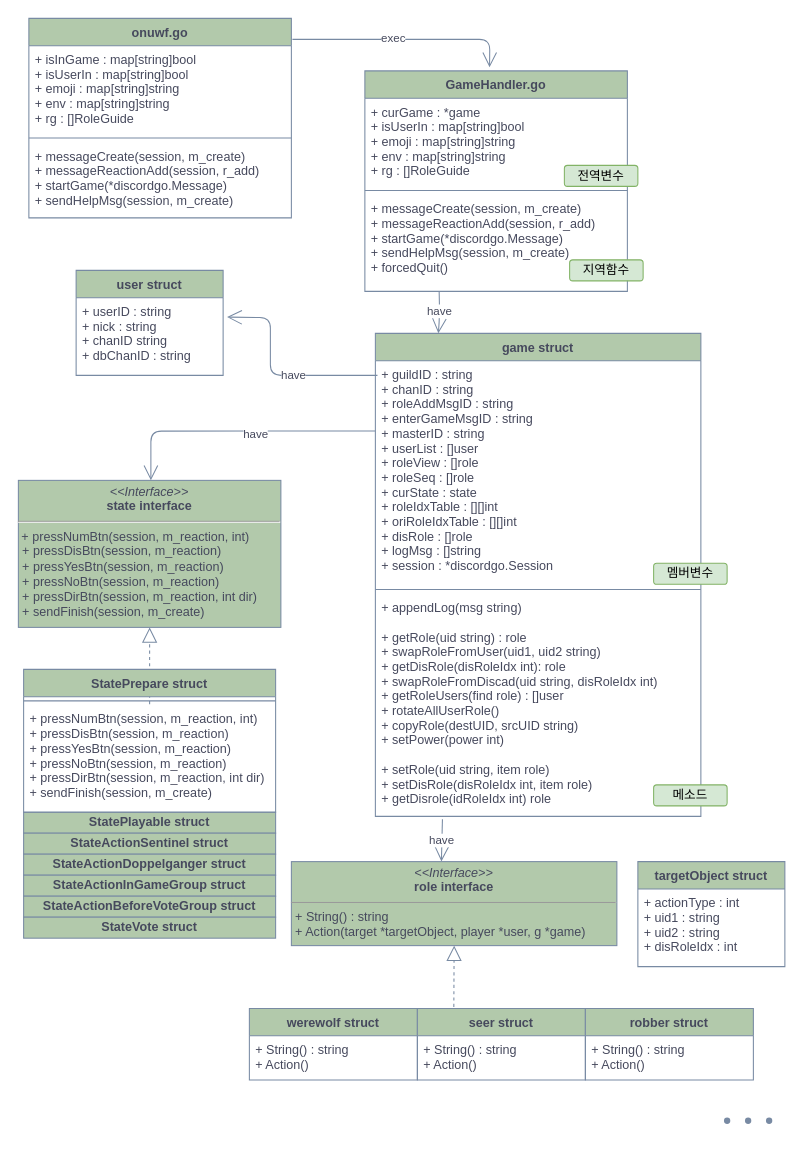
Before: struct_diagram.drawio in splkm97/ONUWF, a draw.io diagram. Source tidied: cells renumbered, new cells numbered last; positions are measured from the earlier drawing's top-left corner, leaving out a move shared by most shapes. Both pictures are drawn from the tidied source at 105%, with x=0, y=0 at pixel (18, 18).
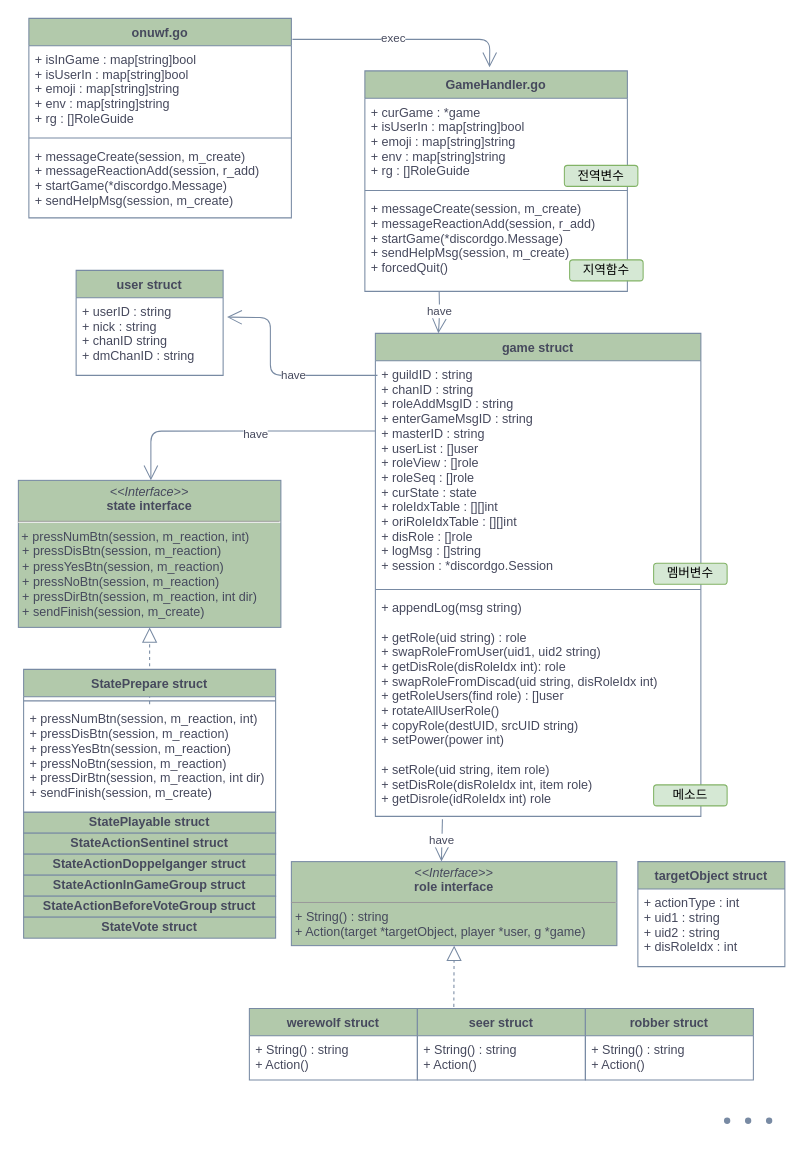
The same page after the edit.

The change refers to these unchanged cells:
```xml
<mxCell id="21" value="user struct" style="swimlane;fontStyle=1;align=center;verticalAlign=top;horizontal=1;startSize=26;fontColor=#46495D;strokeColor=#788AA3;fillColor=#B2C9AB;" parent="1" vertex="1">
  <mxGeometry x="55" y="240" width="140" height="100" as="geometry" />
</mxCell>
```

Change to the diagram source:
```diff
@@
-    <mxCell id="22" value="+ userID : string&#10;+ nick : string&#10;+ chanID string&#10;+ dbChanID : string" style="text;strokeColor=none;fillColor=none;align=left;verticalAlign=top;spacingLeft=4;spacingRight=4;overflow=hidden;points=[[0,0.5],[1,0.5]];portConstraint=eastwest;fontColor=#46495D;" parent="21" vertex="1">
+    <mxCell id="22" value="+ userID : string&#10;+ nick : string&#10;+ chanID string&#10;+ dmChanID : string" style="text;strokeColor=none;fillColor=none;align=left;verticalAlign=top;spacingLeft=4;spacingRight=4;overflow=hidden;points=[[0,0.5],[1,0.5]];portConstraint=eastwest;fontColor=#46495D;" parent="21" vertex="1">
       <mxGeometry y="26" width="140" height="74" as="geometry" />
     </mxCell>
```
